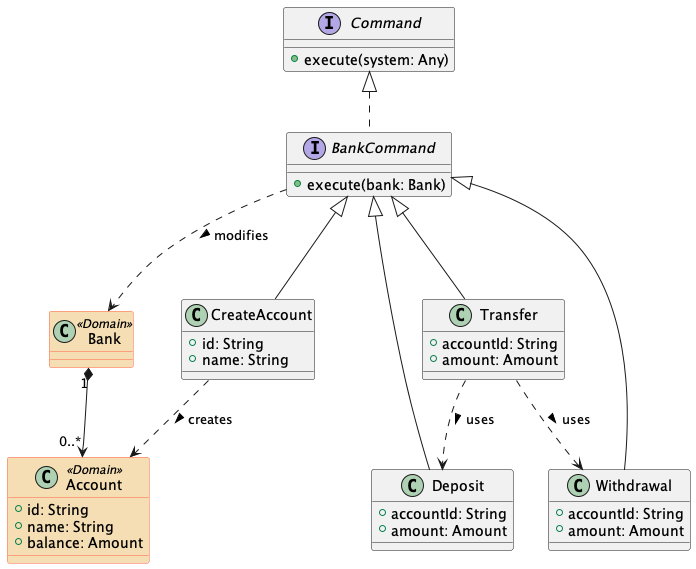
The PlantUML diagram bank.png in xrrocha/kmemimg, before a commit.
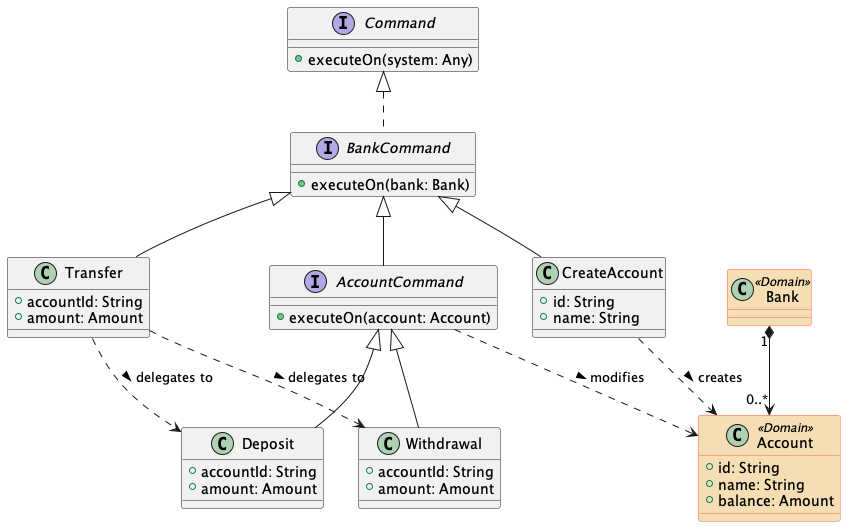
The same diagram one commit later.

What changed in the source:
```diff
@@ -5,7 +5,7 @@
 }
 
 interface Command {
-    + execute(system: Any)
+    + executeOn(system: Any)
 }
 
 together {
@@ -20,10 +20,9 @@
 }
 
     interface BankCommand {
-        + execute(bank: Bank)
+        + executeOn(bank: Bank)
     }
     Command <|.. BankCommand
-    BankCommand ..> Bank: modifies >
 
 class CreateAccount {
     + id: String
@@ -33,25 +32,27 @@
 CreateAccount ..> Account: creates >
 
 together {
-
-    together {
-    class Deposit extends BankCommand {
+    interface AccountCommand {
+        + executeOn(account: Account)
+    }
+    BankCommand <|-- AccountCommand
+    AccountCommand ..> Account: modifies >
+    class Deposit extends AccountCommand {
         + accountId: String
         + amount: Amount
     }
 
-    class Withdrawal extends BankCommand {
+    class Withdrawal extends AccountCommand {
         + accountId: String
         + amount: Amount
     }
-
-    class Transfer extends BankCommand {
-        + accountId: String
-        + amount: Amount
-    }
-    Transfer ..> Deposit: uses >
-    Transfer ..> Withdrawal: uses >
-    }
 }
 
+class Transfer extends BankCommand {
+    + accountId: String
+    + amount: Amount
+}
+Transfer ..> Deposit: delegates to >
+Transfer ..> Withdrawal: delegates to >
+
 @enduml
```
